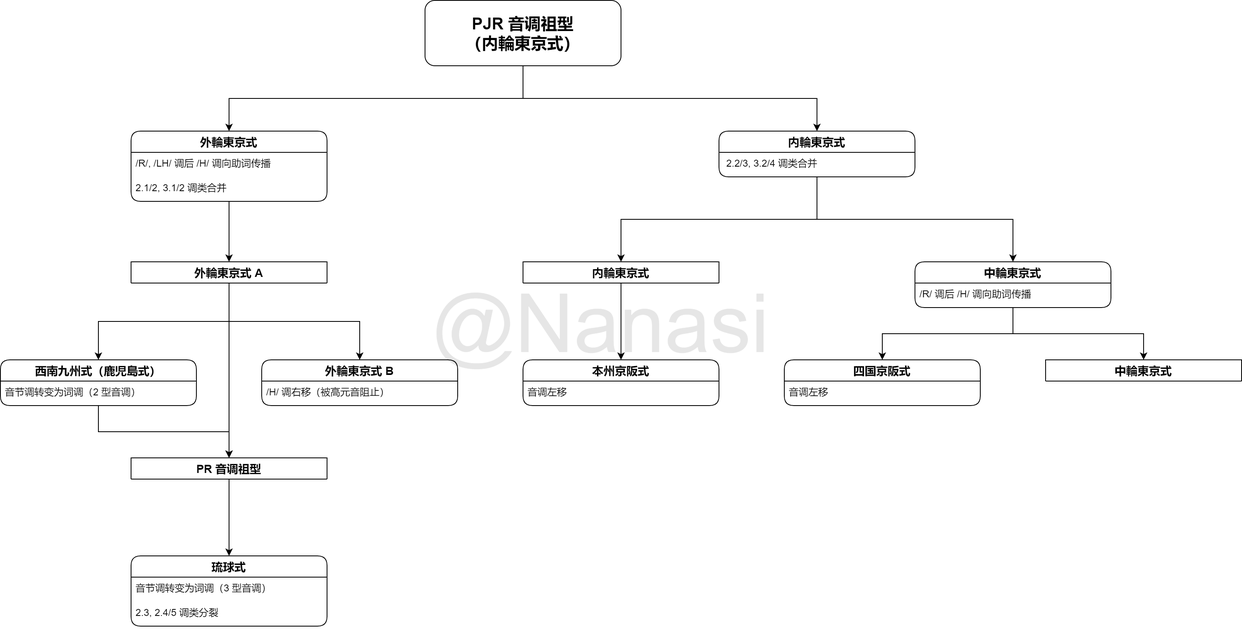
This is assets/img/accents.png from yupzhou/JPRoots, a draw.io export, as it was before one commit. Source tidied: cells renumbered, new cells last; positions are measured from the earlier drawing's top-left corner, leaving out a move shared by most shapes.
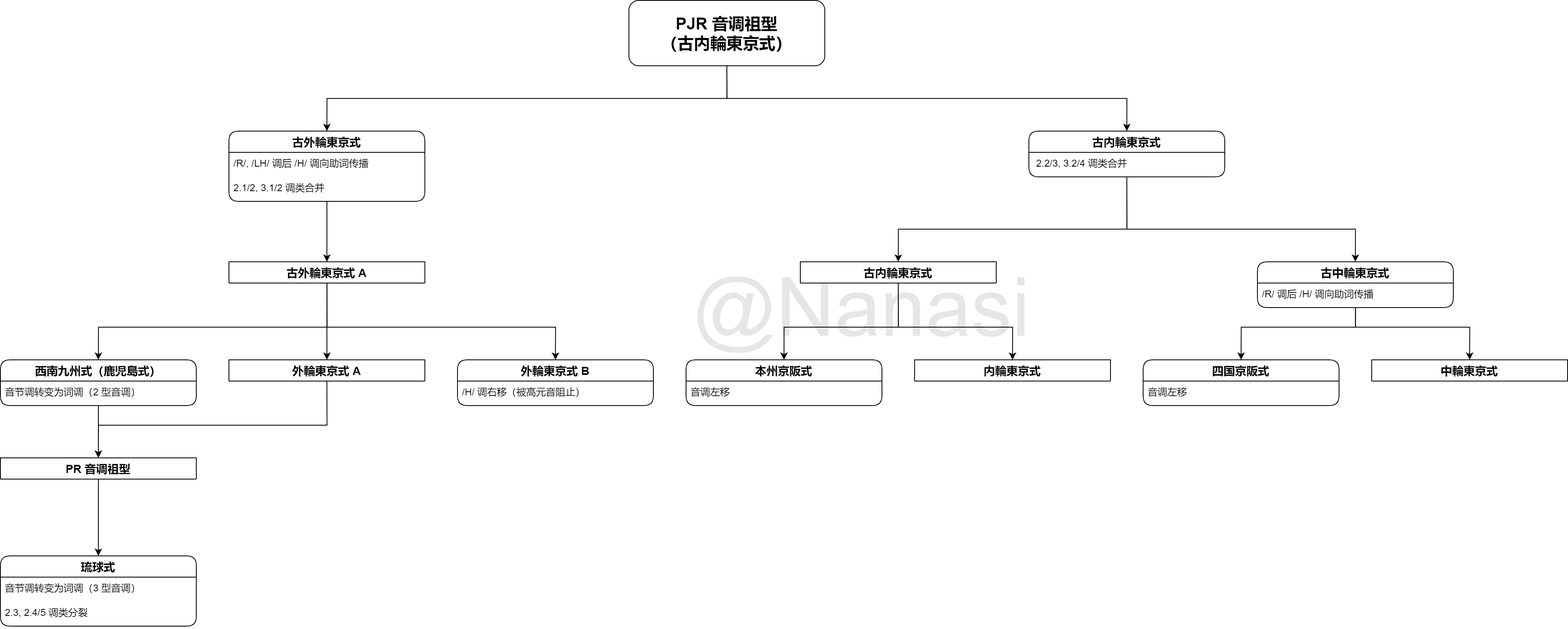
After the change.

Diff of the diagram source:
```diff
@@ -2,19 +2,34 @@
   <root>
     <mxCell id="0" />
     <mxCell id="1" parent="0" />
+    <mxCell id="38" value="@Nanasi" style="text;html=1;align=center;verticalAlign=middle;strokeColor=none;fillColor=none;textOpacity=10;fontSize=100;" parent="1" vertex="1">
+      <mxGeometry x="720" y="310" width="430" height="130" as="geometry" />
+    </mxCell>
     <mxCell id="2" style="edgeStyle=orthogonalEdgeStyle;rounded=0;jettySize=auto;html=1;exitX=0.5;exitY=1;exitDx=0;exitDy=0;entryX=0.5;entryY=0;entryDx=0;entryDy=0;" parent="1" edge="1" source="4" target="6">
-      <mxGeometry relative="1" as="geometry" />
+      <mxGeometry relative="1" as="geometry">
+        <Array as="points">
+          <mxPoint x="770" y="80" />
+          <mxPoint x="770" y="120" />
+          <mxPoint x="280" y="120" />
+        </Array>
+      </mxGeometry>
     </mxCell>
     <mxCell id="3" style="edgeStyle=orthogonalEdgeStyle;rounded=0;jettySize=auto;html=1;exitX=0.5;exitY=1;exitDx=0;exitDy=0;entryX=0.5;entryY=0;entryDx=0;entryDy=0;" parent="1" edge="1" source="4" target="25">
-      <mxGeometry relative="1" as="geometry" />
+      <mxGeometry relative="1" as="geometry">
+        <Array as="points">
+          <mxPoint x="770" y="80" />
+          <mxPoint x="770" y="120" />
+          <mxPoint x="1260" y="120" />
+        </Array>
+      </mxGeometry>
     </mxCell>
-    <mxCell id="4" value="PJR 音调祖型&lt;br&gt;（内輪東京式）" style="rounded=1;whiteSpace=wrap;html=1;fontStyle=1;fontSize=20;fillColor=none;" parent="1" vertex="1">
-      <mxGeometry x="520" width="240" height="80" as="geometry" />
+    <mxCell id="4" value="PJR 音调祖型&lt;br&gt;（古内輪東京式）" style="rounded=1;whiteSpace=wrap;html=1;fontStyle=1;fontSize=20;fillColor=none;" parent="1" vertex="1">
+      <mxGeometry x="650" width="240" height="80" as="geometry" />
     </mxCell>
     <mxCell id="5" style="edgeStyle=orthogonalEdgeStyle;rounded=0;jettySize=auto;html=1;entryX=0.5;entryY=0;entryDx=0;entryDy=0;" parent="1" edge="1" source="6" target="12">
       <mxGeometry relative="1" as="geometry" />
     </mxCell>
-    <mxCell id="6" value="外輪東京式" style="swimlane;fontStyle=1;horizontal=1;startSize=26;align=center;fontSize=14;rounded=1;" parent="1" vertex="1">
+    <mxCell id="6" value="古外輪東京式" style="swimlane;fontStyle=1;horizontal=1;startSize=26;align=center;fontSize=14;rounded=1;" parent="1" vertex="1">
       <mxGeometry x="160" y="160" width="240" height="86" as="geometry" />
     </mxCell>
     <mxCell id="7" value="/R/, /LH/ 调后 /H/ 调向助词传播" style="text;strokeColor=none;fillColor=none;spacingLeft=4;spacingRight=4;overflow=hidden;fontSize=12;rounded=1;" parent="6" vertex="1">
@@ -24,28 +39,38 @@
       <mxGeometry y="56" width="240" height="30" as="geometry" />
     </mxCell>
     <mxCell id="9" style="edgeStyle=orthogonalEdgeStyle;rounded=0;jettySize=auto;html=1;entryX=0.5;entryY=0;entryDx=0;entryDy=0;" parent="1" edge="1" source="12" target="14">
-      <mxGeometry relative="1" as="geometry" />
+      <mxGeometry relative="1" as="geometry">
+        <Array as="points">
+          <mxPoint x="280" y="400" />
+          <mxPoint y="400" />
+        </Array>
+      </mxGeometry>
     </mxCell>
     <mxCell id="10" style="edgeStyle=orthogonalEdgeStyle;rounded=0;jettySize=auto;html=1;exitX=0.5;exitY=1;exitDx=0;exitDy=0;entryX=0.5;entryY=0;entryDx=0;entryDy=0;" parent="1" edge="1" source="12" target="16">
-      <mxGeometry relative="1" as="geometry" />
+      <mxGeometry relative="1" as="geometry">
+        <Array as="points">
+          <mxPoint x="280" y="400" />
+          <mxPoint x="560" y="400" />
+        </Array>
+      </mxGeometry>
     </mxCell>
-    <mxCell id="11" style="edgeStyle=orthogonalEdgeStyle;rounded=0;jettySize=auto;html=1;exitX=0.5;exitY=1;exitDx=0;exitDy=0;entryX=0.5;entryY=0;entryDx=0;entryDy=0;" parent="1" edge="1" source="12" target="19">
-      <mxGeometry relative="1" as="geometry" />
-    </mxCell>
+    <mxCell id="39" style="edgeStyle=orthogonalEdgeStyle;rounded=0;jettySize=auto;html=1;exitX=0.5;exitY=1;exitDx=0;exitDy=0;entryX=0.5;entryY=0;entryDx=0;entryDy=0;" parent="1" edge="1" source="12" target="42">
+      <mxGeometry relative="1" as="geometry" />
+    </mxCell>
-    <mxCell id="12" value="外輪東京式 A" style="swimlane;fontStyle=1;horizontal=1;startSize=26;align=center;fontSize=14;rounded=1;" parent="1" vertex="1" collapsed="1">
+    <mxCell id="12" value="古外輪東京式 A" style="swimlane;fontStyle=1;horizontal=1;startSize=26;align=center;fontSize=14;rounded=1;" parent="1" vertex="1" collapsed="1">
       <mxGeometry x="160" y="320" width="240" height="26" as="geometry" />
     </mxCell>
     <mxCell id="13" style="edgeStyle=orthogonalEdgeStyle;rounded=0;jettySize=auto;html=1;entryX=0.5;entryY=0;entryDx=0;entryDy=0;" parent="1" edge="1" source="14" target="19">
       <mxGeometry relative="1" as="geometry" />
     </mxCell>
     <mxCell id="14" value="西南九州式（鹿児島式）" style="swimlane;fontStyle=1;horizontal=1;startSize=26;align=center;fontSize=14;rounded=1;" parent="1" vertex="1">
-      <mxGeometry y="440" width="240" height="56" as="geometry" />
+      <mxGeometry x="-120" y="440" width="240" height="56" as="geometry" />
     </mxCell>
     <mxCell id="15" value="音节调转变为词调（2 型音调）" style="text;strokeColor=none;fillColor=none;spacingLeft=4;spacingRight=4;overflow=hidden;fontSize=12;rounded=1;" parent="14" vertex="1">
       <mxGeometry y="26" width="240" height="30" as="geometry" />
     </mxCell>
     <mxCell id="16" value="外輪東京式 B" style="swimlane;fontStyle=1;horizontal=1;startSize=26;align=center;fontSize=14;rounded=1;" parent="1" vertex="1">
-      <mxGeometry x="320" y="440" width="240" height="56" as="geometry" />
+      <mxGeometry x="440" y="440" width="240" height="56" as="geometry" />
     </mxCell>
     <mxCell id="17" value="/H/ 调右移（被高元音阻止）" style="text;strokeColor=none;fillColor=none;spacingLeft=4;spacingRight=4;overflow=hidden;fontSize=12;rounded=1;" parent="16" vertex="1">
       <mxGeometry y="26" width="240" height="30" as="geometry" />
@@ -54,10 +79,10 @@
       <mxGeometry relative="1" as="geometry" />
     </mxCell>
     <mxCell id="19" value="PR 音调祖型" style="swimlane;fontStyle=1;horizontal=1;startSize=26;align=center;fontSize=14;rounded=1;" parent="1" vertex="1" collapsed="1">
-      <mxGeometry x="160" y="560" width="240" height="26" as="geometry" />
+      <mxGeometry x="-120" y="560" width="240" height="26" as="geometry" />
     </mxCell>
     <mxCell id="20" value="琉球式" style="swimlane;fontStyle=1;horizontal=1;startSize=26;align=center;fontSize=14;rounded=1;" parent="1" vertex="1">
-      <mxGeometry x="160" y="680" width="240" height="86" as="geometry" />
+      <mxGeometry x="-120" y="680" width="240" height="86" as="geometry" />
     </mxCell>
     <mxCell id="21" value="音节调转变为词调（3 型音调）" style="text;strokeColor=none;fillColor=none;spacingLeft=4;spacingRight=4;overflow=hidden;fontSize=12;rounded=1;" parent="20" vertex="1">
       <mxGeometry y="26" width="240" height="30" as="geometry" />
@@ -66,52 +91,100 @@
       <mxGeometry y="56" width="240" height="30" as="geometry" />
     </mxCell>
     <mxCell id="23" style="edgeStyle=orthogonalEdgeStyle;rounded=0;jettySize=auto;html=1;exitX=0.5;exitY=1;exitDx=0;exitDy=0;entryX=0.5;entryY=0;entryDx=0;entryDy=0;" parent="1" edge="1" source="25" target="28">
-      <mxGeometry relative="1" as="geometry" />
+      <mxGeometry relative="1" as="geometry">
+        <Array as="points">
+          <mxPoint x="1260" y="216" />
+          <mxPoint x="1260" y="280" />
+          <mxPoint x="980" y="280" />
+        </Array>
+      </mxGeometry>
     </mxCell>
     <mxCell id="24" style="edgeStyle=orthogonalEdgeStyle;rounded=0;jettySize=auto;html=1;exitX=0.5;exitY=1;exitDx=0;exitDy=0;entryX=0.5;entryY=0;entryDx=0;entryDy=0;" parent="1" edge="1" source="25" target="31">
-      <mxGeometry relative="1" as="geometry" />
+      <mxGeometry relative="1" as="geometry">
+        <Array as="points">
+          <mxPoint x="1260" y="216" />
+          <mxPoint x="1260" y="280" />
+          <mxPoint x="1540" y="280" />
+        </Array>
+      </mxGeometry>
     </mxCell>
-    <mxCell id="25" value="内輪東京式" style="swimlane;fontStyle=1;horizontal=1;startSize=26;align=center;fontSize=14;rounded=1;" parent="1" vertex="1">
-      <mxGeometry x="880" y="160" width="240" height="56" as="geometry" />
+    <mxCell id="25" value="古内輪東京式" style="swimlane;fontStyle=1;horizontal=1;startSize=26;align=center;fontSize=14;rounded=1;" parent="1" vertex="1">
+      <mxGeometry x="1140" y="160" width="240" height="56" as="geometry" />
     </mxCell>
     <mxCell id="26" value=" 2.2/3, 3.2/4 调类合并" style="text;strokeColor=none;fillColor=none;spacingLeft=4;spacingRight=4;overflow=hidden;fontSize=12;rounded=1;" parent="25" vertex="1">
       <mxGeometry y="26" width="240" height="30" as="geometry" />
     </mxCell>
     <mxCell id="27" style="edgeStyle=orthogonalEdgeStyle;rounded=0;jettySize=auto;html=1;exitX=0.5;exitY=1;exitDx=0;exitDy=0;entryX=0.5;entryY=0;entryDx=0;entryDy=0;" parent="1" edge="1" source="28" target="33">
-      <mxGeometry relative="1" as="geometry" />
+      <mxGeometry relative="1" as="geometry">
+        <Array as="points">
+          <mxPoint x="980" y="346" />
+          <mxPoint x="980" y="400" />
+          <mxPoint x="840" y="400" />
+        </Array>
+      </mxGeometry>
     </mxCell>
+    <mxCell id="40" style="edgeStyle=orthogonalEdgeStyle;rounded=0;jettySize=auto;html=1;exitX=0.5;exitY=1;exitDx=0;exitDy=0;entryX=0.5;entryY=0;entryDx=0;entryDy=0;" parent="1" edge="1" source="28" target="43">
+      <mxGeometry relative="1" as="geometry">
+        <Array as="points">
+          <mxPoint x="980" y="346" />
+          <mxPoint x="980" y="400" />
+          <mxPoint x="1120" y="400" />
+        </Array>
+      </mxGeometry>
+    </mxCell>
-    <mxCell id="28" value="内輪東京式" style="swimlane;fontStyle=1;horizontal=1;startSize=26;align=center;fontSize=14;rounded=1;" parent="1" vertex="1" collapsed="1">
-      <mxGeometry x="640" y="320" width="240" height="26" as="geometry" />
+    <mxCell id="28" value="古内輪東京式" style="swimlane;fontStyle=1;horizontal=1;startSize=26;align=center;fontSize=14;rounded=1;" parent="1" vertex="1" collapsed="1">
+      <mxGeometry x="860" y="320" width="240" height="26" as="geometry" />
     </mxCell>
     <mxCell id="29" style="edgeStyle=orthogonalEdgeStyle;rounded=0;jettySize=auto;html=1;entryX=0.5;entryY=0;entryDx=0;entryDy=0;" parent="1" edge="1" source="31" target="36">
-      <mxGeometry relative="1" as="geometry" />
+      <mxGeometry relative="1" as="geometry">
+        <Array as="points">
+          <mxPoint x="1540" y="400" />
+          <mxPoint x="1400" y="400" />
+        </Array>
+      </mxGeometry>
     </mxCell>
     <mxCell id="30" style="edgeStyle=orthogonalEdgeStyle;rounded=0;jettySize=auto;html=1;entryX=0.5;entryY=0;entryDx=0;entryDy=0;" parent="1" edge="1" source="31" target="35">
-      <mxGeometry relative="1" as="geometry" />
+      <mxGeometry relative="1" as="geometry">
+        <Array as="points">
+          <mxPoint x="1540" y="400" />
+          <mxPoint x="1680" y="400" />
+        </Array>
+      </mxGeometry>
     </mxCell>
-    <mxCell id="31" value="中輪東京式" style="swimlane;fontStyle=1;horizontal=1;startSize=26;align=center;fontSize=14;rounded=1;" parent="1" vertex="1">
-      <mxGeometry x="1120" y="320" width="240" height="56" as="geometry" />
+    <mxCell id="31" value="古中輪東京式" style="swimlane;fontStyle=1;horizontal=1;startSize=26;align=center;fontSize=14;rounded=1;" parent="1" vertex="1">
+      <mxGeometry x="1420" y="320" width="240" height="56" as="geometry" />
     </mxCell>
     <mxCell id="32" value="/R/ 调后 /H/ 调向助词传播" style="text;strokeColor=none;fillColor=none;spacingLeft=4;spacingRight=4;overflow=hidden;fontSize=12;rounded=1;" parent="31" vertex="1">
       <mxGeometry y="26" width="240" height="30" as="geometry" />
     </mxCell>
     <mxCell id="33" value="本州京阪式" style="swimlane;fontStyle=1;horizontal=1;startSize=26;align=center;fontSize=14;rounded=1;" parent="1" vertex="1">
-      <mxGeometry x="640" y="440" width="240" height="56" as="geometry" />
+      <mxGeometry x="720" y="440" width="240" height="56" as="geometry" />
     </mxCell>
     <mxCell id="34" value="音调左移" style="text;strokeColor=none;fillColor=none;spacingLeft=4;spacingRight=4;overflow=hidden;fontSize=12;rounded=1;" parent="33" vertex="1">
       <mxGeometry y="26" width="240" height="30" as="geometry" />
     </mxCell>
     <mxCell id="35" value="中輪東京式" style="swimlane;fontStyle=1;horizontal=1;startSize=26;align=center;fontSize=14;rounded=1;" parent="1" vertex="1" collapsed="1">
-      <mxGeometry x="1280" y="440" width="240" height="26" as="geometry" />
+      <mxGeometry x="1560" y="440" width="240" height="26" as="geometry" />
     </mxCell>
     <mxCell id="36" value="四国京阪式" style="swimlane;fontStyle=1;horizontal=1;startSize=26;align=center;fontSize=14;rounded=1;" parent="1" vertex="1">
-      <mxGeometry x="960" y="440" width="240" height="56" as="geometry" />
+      <mxGeometry x="1280" y="440" width="240" height="56" as="geometry" />
     </mxCell>
     <mxCell id="37" value="音调左移" style="text;strokeColor=none;fillColor=none;spacingLeft=4;spacingRight=4;overflow=hidden;fontSize=12;rounded=1;" parent="36" vertex="1">
       <mxGeometry y="26" width="240" height="30" as="geometry" />
     </mxCell>
-    <mxCell id="38" value="@Nanasi" style="text;html=1;align=center;verticalAlign=middle;strokeColor=none;fillColor=none;textOpacity=10;fontSize=100;" parent="1" vertex="1">
-      <mxGeometry x="520" y="330" width="430" height="130" as="geometry" />
-    </mxCell>
+    <mxCell id="41" style="edgeStyle=orthogonalEdgeStyle;rounded=0;jettySize=auto;html=1;exitX=0.5;exitY=1;exitDx=0;exitDy=0;entryX=0.5;entryY=0;entryDx=0;entryDy=0;" parent="1" edge="1" source="42" target="19">
+      <mxGeometry relative="1" as="geometry">
+        <Array as="points">
+          <mxPoint x="280" y="520" />
+          <mxPoint y="520" />
+        </Array>
+      </mxGeometry>
+    </mxCell>
+    <mxCell id="42" value="外輪東京式 A" style="swimlane;fontStyle=1;horizontal=1;startSize=26;align=center;fontSize=14;rounded=1;" parent="1" vertex="1" collapsed="1">
+      <mxGeometry x="160" y="440" width="240" height="26" as="geometry" />
+    </mxCell>
+    <mxCell id="43" value="内輪東京式" style="swimlane;fontStyle=1;horizontal=1;startSize=26;align=center;fontSize=14;rounded=1;" parent="1" vertex="1" collapsed="1">
+      <mxGeometry x="1000" y="440" width="240" height="26" as="geometry" />
+    </mxCell>
   </root>
 </mxGraphModel>
```
